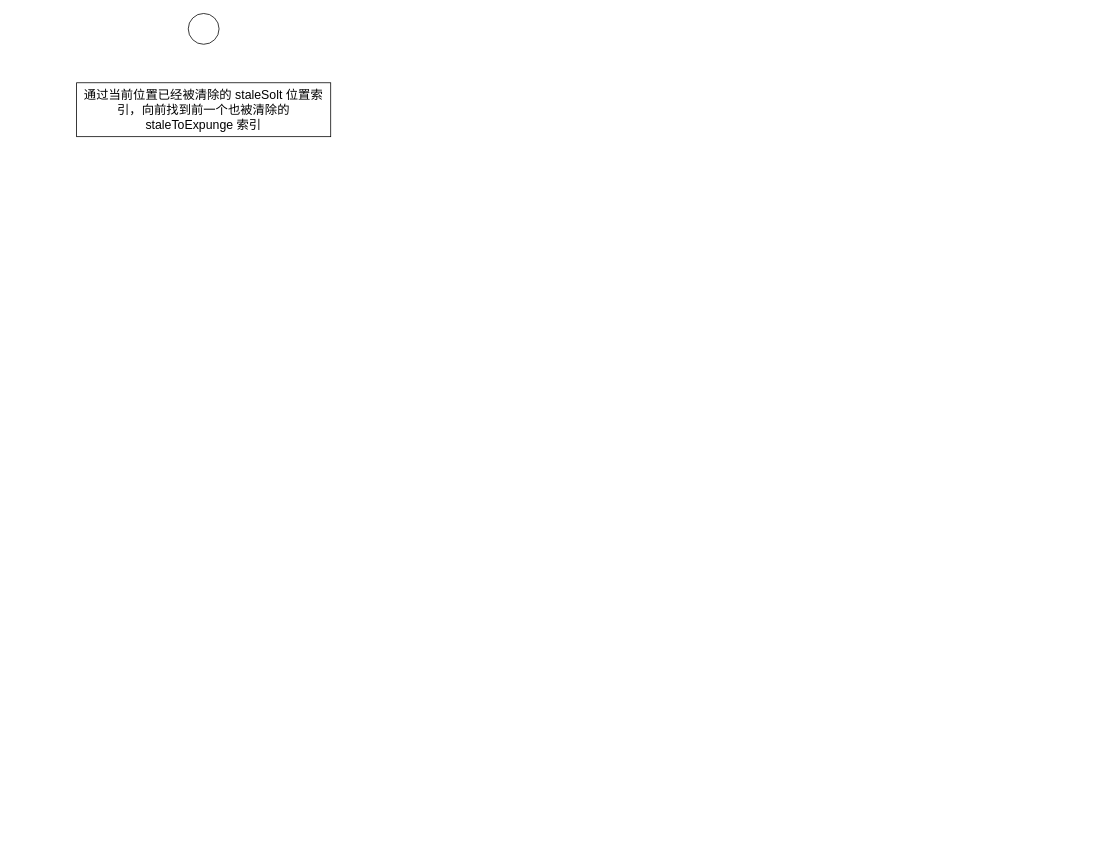
LiuXianghai-coder/Test-Repo keeps this draw.io diagram as drawio/ThreadLocal_replaceStaleEntry.drawio. Above is the earlier version. Source tidied: cells renumbered, new cells numbered last; positions are measured from the earlier drawing's top-left corner, leaving out a move shared by most shapes. Both pictures are drawn from the tidied source at 77%, with x=0, y=0 at pixel (76, 13).
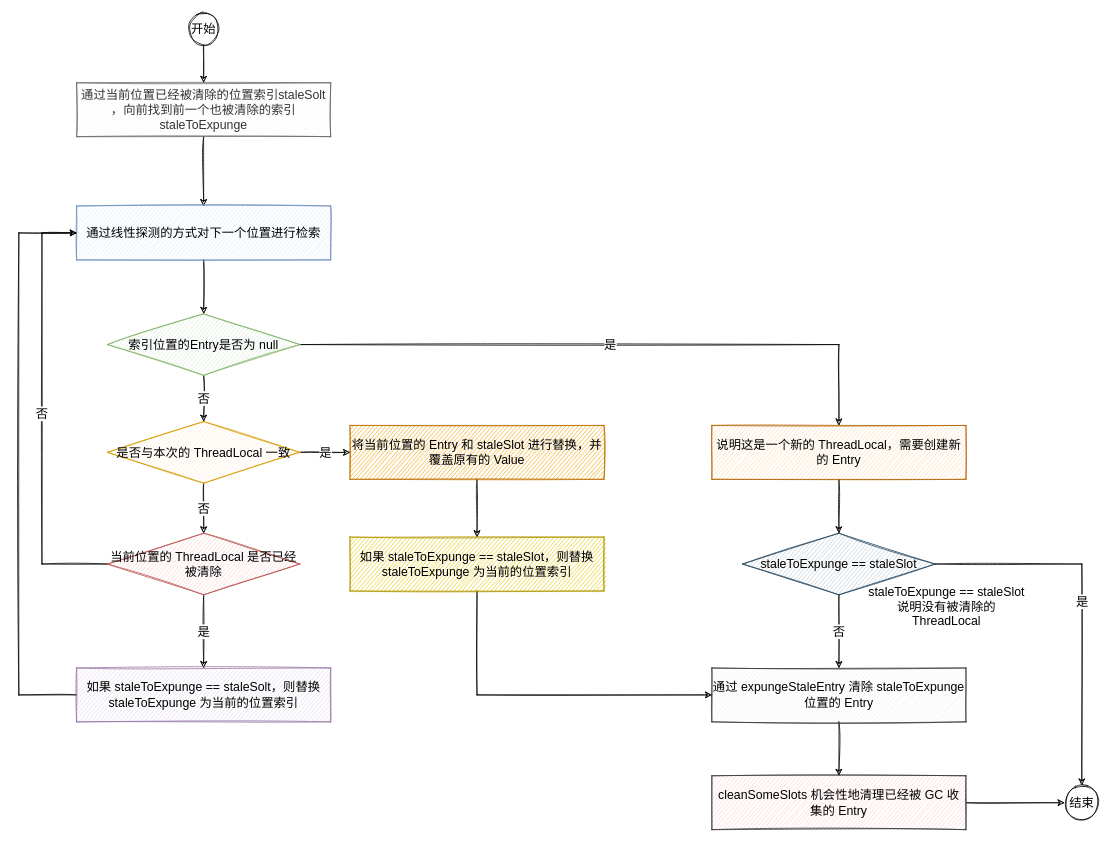
The same diagram, later.

Commit message (it also covers changes not shown here):
Finish ThreadLocal MarkDown

The edit, as a diff of the source:
```diff
@@
+    <mxCell id="4" style="edgeStyle=orthogonalEdgeStyle;rounded=0;jettySize=auto;html=1;exitX=0.5;exitY=1;exitDx=0;exitDy=0;entryX=0.5;entryY=0;entryDx=0;entryDy=0;fontSize=16;sketch=1;" parent="1" edge="1" source="2" target="3">
+      <mxGeometry relative="1" as="geometry" />
+    </mxCell>
-    <mxCell id="2" style="ellipse;whiteSpace=wrap;html=1;fontSize=16;" parent="1" vertex="1">
+    <mxCell id="2" value="开始" style="ellipse;whiteSpace=wrap;html=1;fontSize=16;sketch=1;" parent="1" vertex="1">
       <mxGeometry x="145" width="40" height="40" as="geometry" />
     </mxCell>
+    <mxCell id="5" style="edgeStyle=orthogonalEdgeStyle;rounded=0;jettySize=auto;html=1;exitX=0.5;exitY=1;exitDx=0;exitDy=0;entryX=0.5;entryY=0;entryDx=0;entryDy=0;fontSize=16;sketch=1;" parent="1" edge="1" source="3" target="7">
+      <mxGeometry relative="1" as="geometry" />
+    </mxCell>
-    <mxCell id="3" value="通过当前位置已经被清除的 staleSolt 位置索引，向前找到前一个也被清除的 staleToExpunge 索引" style="rounded=0;whiteSpace=wrap;html=1;fontSize=16;" parent="1" vertex="1">
+    <mxCell id="3" value="通过当前位置已经被清除的位置索引staleSolt&lt;br&gt;，向前找到前一个也被清除的索引&lt;br&gt;&amp;nbsp;staleToExpunge&amp;nbsp;" style="rounded=0;whiteSpace=wrap;html=1;fontSize=16;sketch=1;fillColor=#f5f5f5;fontColor=#333333;strokeColor=#666666;" parent="1" vertex="1">
       <mxGeometry y="90" width="330" height="70" as="geometry" />
     </mxCell>
+    <mxCell id="6" style="edgeStyle=orthogonalEdgeStyle;rounded=0;jettySize=auto;html=1;exitX=0.5;exitY=1;exitDx=0;exitDy=0;fontSize=16;sketch=1;" parent="1" edge="1" source="7" target="26">
+      <mxGeometry relative="1" as="geometry" />
+    </mxCell>
+    <mxCell id="7" value="通过线性探测的方式对下一个位置进行检索" style="rounded=0;whiteSpace=wrap;html=1;fontSize=16;sketch=1;fillColor=#dae8fc;strokeColor=#6c8ebf;" parent="1" vertex="1">
+      <mxGeometry y="250" width="330" height="70" as="geometry" />
+    </mxCell>
+    <mxCell id="8" value="否" style="edgeStyle=orthogonalEdgeStyle;rounded=0;jettySize=auto;html=1;exitX=0.5;exitY=1;exitDx=0;exitDy=0;entryX=0.5;entryY=0;entryDx=0;entryDy=0;fontSize=16;sketch=1;" parent="1" edge="1" source="10" target="13">
+      <mxGeometry relative="1" as="geometry" />
+    </mxCell>
+    <mxCell id="9" value="是" style="edgeStyle=orthogonalEdgeStyle;rounded=0;jettySize=auto;html=1;exitX=1;exitY=0.5;exitDx=0;exitDy=0;entryX=0;entryY=0.5;entryDx=0;entryDy=0;fontSize=16;sketch=1;" parent="1" edge="1" source="10" target="17">
+      <mxGeometry relative="1" as="geometry" />
+    </mxCell>
+    <mxCell id="10" value="是否与本次的 ThreadLocal 一致" style="rhombus;whiteSpace=wrap;html=1;fontSize=16;sketch=1;fillColor=#ffe6cc;strokeColor=#d79b00;" parent="1" vertex="1">
+      <mxGeometry x="40" y="530" width="250" height="80" as="geometry" />
+    </mxCell>
+    <mxCell id="11" value="是" style="edgeStyle=orthogonalEdgeStyle;rounded=0;jettySize=auto;html=1;exitX=0.5;exitY=1;exitDx=0;exitDy=0;entryX=0.5;entryY=0;entryDx=0;entryDy=0;fontSize=16;sketch=1;" parent="1" edge="1" source="13" target="15">
+      <mxGeometry relative="1" as="geometry" />
+    </mxCell>
+    <mxCell id="12" value="否" style="edgeStyle=orthogonalEdgeStyle;rounded=0;jettySize=auto;html=1;exitX=0;exitY=0.5;exitDx=0;exitDy=0;entryX=0;entryY=0.5;entryDx=0;entryDy=0;fontSize=16;sketch=1;" parent="1" edge="1" source="13" target="7">
+      <mxGeometry relative="1" as="geometry">
+        <Array as="points">
+          <mxPoint x="-45" y="715" />
+          <mxPoint x="-45" y="285" />
+        </Array>
+      </mxGeometry>
+    </mxCell>
+    <mxCell id="13" value="当前位置的 ThreadLocal 是否已经被清除" style="rhombus;whiteSpace=wrap;html=1;fontSize=16;sketch=1;fillColor=#f8cecc;strokeColor=#b85450;" parent="1" vertex="1">
+      <mxGeometry x="40" y="675" width="250" height="80" as="geometry" />
+    </mxCell>
+    <mxCell id="14" style="edgeStyle=orthogonalEdgeStyle;rounded=0;jettySize=auto;html=1;exitX=0;exitY=0.5;exitDx=0;exitDy=0;entryX=0;entryY=0.5;entryDx=0;entryDy=0;fontSize=16;sketch=1;" parent="1" edge="1" source="15" target="7">
+      <mxGeometry relative="1" as="geometry">
+        <Array as="points">
+          <mxPoint x="-75" y="885" />
+          <mxPoint x="-75" y="285" />
+        </Array>
+      </mxGeometry>
+    </mxCell>
+    <mxCell id="15" value="如果 staleToExpunge == staleSolt，则替换 staleToExpunge 为当前的位置索引" style="rounded=0;whiteSpace=wrap;html=1;fontSize=16;sketch=1;fillColor=#e1d5e7;strokeColor=#9673a6;" parent="1" vertex="1">
+      <mxGeometry y="850" width="330" height="70" as="geometry" />
+    </mxCell>
+    <mxCell id="16" style="edgeStyle=orthogonalEdgeStyle;rounded=0;jettySize=auto;html=1;exitX=0.5;exitY=1;exitDx=0;exitDy=0;fontSize=16;sketch=1;" parent="1" edge="1" source="17" target="19">
+      <mxGeometry relative="1" as="geometry" />
+    </mxCell>
+    <mxCell id="17" value="将当前位置的 Entry 和 staleSlot 进行替换，并覆盖原有的 Value" style="rounded=0;whiteSpace=wrap;html=1;fontSize=16;sketch=1;fillColor=#f0a30a;fontColor=#000000;strokeColor=#BD7000;" parent="1" vertex="1">
+      <mxGeometry x="355" y="535" width="330" height="70" as="geometry" />
+    </mxCell>
+    <mxCell id="18" style="edgeStyle=orthogonalEdgeStyle;rounded=0;jettySize=auto;html=1;exitX=0.5;exitY=1;exitDx=0;exitDy=0;entryX=0;entryY=0.5;entryDx=0;entryDy=0;fontSize=16;sketch=1;" parent="1" edge="1" source="19" target="21">
+      <mxGeometry relative="1" as="geometry" />
+    </mxCell>
+    <mxCell id="19" value="如果 staleToExpunge == staleSlot，则替换 staleToExpunge 为当前的位置索引" style="rounded=0;whiteSpace=wrap;html=1;fontSize=16;sketch=1;fillColor=#e3c800;fontColor=#000000;strokeColor=#B09500;" parent="1" vertex="1">
+      <mxGeometry x="355" y="680" width="330" height="70" as="geometry" />
+    </mxCell>
+    <mxCell id="20" style="edgeStyle=orthogonalEdgeStyle;rounded=0;jettySize=auto;html=1;exitX=0.5;exitY=1;exitDx=0;exitDy=0;entryX=0.5;entryY=0;entryDx=0;entryDy=0;fontSize=16;sketch=1;" parent="1" edge="1" source="21" target="23">
+      <mxGeometry relative="1" as="geometry" />
+    </mxCell>
+    <mxCell id="21" value="通过&amp;nbsp;expungeStaleEntry 清除 staleToExpunge 位置的 Entry" style="rounded=0;whiteSpace=wrap;html=1;fontSize=16;sketch=1;fillColor=#eeeeee;strokeColor=#36393d;" parent="1" vertex="1">
+      <mxGeometry x="825" y="850" width="330" height="70" as="geometry" />
+    </mxCell>
+    <mxCell id="22" style="edgeStyle=orthogonalEdgeStyle;rounded=0;jettySize=auto;html=1;exitX=1;exitY=0.5;exitDx=0;exitDy=0;fontSize=16;sketch=1;" parent="1" edge="1" source="23" target="32">
+      <mxGeometry relative="1" as="geometry" />
+    </mxCell>
+    <mxCell id="23" value="cleanSomeSlots 机会性地清理已经被 GC 收集的 Entry" style="rounded=0;whiteSpace=wrap;html=1;fontSize=16;sketch=1;fillColor=#ffcccc;strokeColor=#36393d;" parent="1" vertex="1">
+      <mxGeometry x="825" y="990" width="330" height="70" as="geometry" />
+    </mxCell>
+    <mxCell id="24" value="否" style="edgeStyle=orthogonalEdgeStyle;rounded=0;jettySize=auto;html=1;exitX=0.5;exitY=1;exitDx=0;exitDy=0;entryX=0.5;entryY=0;entryDx=0;entryDy=0;fontSize=16;sketch=1;" parent="1" edge="1" source="26" target="10">
+      <mxGeometry relative="1" as="geometry" />
+    </mxCell>
+    <mxCell id="25" value="是" style="edgeStyle=orthogonalEdgeStyle;rounded=0;jettySize=auto;html=1;exitX=1;exitY=0.5;exitDx=0;exitDy=0;fontSize=16;sketch=1;" parent="1" edge="1" source="26" target="28">
+      <mxGeometry relative="1" as="geometry" />
+    </mxCell>
+    <mxCell id="26" value="索引位置的Entry是否为 null" style="rhombus;whiteSpace=wrap;html=1;fontSize=16;sketch=1;fillColor=#d5e8d4;strokeColor=#82b366;" parent="1" vertex="1">
+      <mxGeometry x="40" y="390" width="250" height="80" as="geometry" />
+    </mxCell>
+    <mxCell id="27" style="edgeStyle=orthogonalEdgeStyle;rounded=0;jettySize=auto;html=1;exitX=0.5;exitY=1;exitDx=0;exitDy=0;entryX=0.5;entryY=0;entryDx=0;entryDy=0;fontSize=16;sketch=1;" parent="1" edge="1" source="28" target="31">
+      <mxGeometry relative="1" as="geometry" />
+    </mxCell>
+    <mxCell id="28" value="说明这是一个新的 ThreadLocal，需要创建新的 Entry" style="rounded=0;whiteSpace=wrap;html=1;fontSize=16;sketch=1;fillColor=#fad7ac;strokeColor=#b46504;" parent="1" vertex="1">
+      <mxGeometry x="825" y="535" width="330" height="70" as="geometry" />
+    </mxCell>
+    <mxCell id="29" value="否" style="edgeStyle=orthogonalEdgeStyle;rounded=0;jettySize=auto;html=1;exitX=0.5;exitY=1;exitDx=0;exitDy=0;entryX=0.5;entryY=0;entryDx=0;entryDy=0;fontSize=16;sketch=1;" parent="1" edge="1" source="31" target="21">
+      <mxGeometry relative="1" as="geometry" />
+    </mxCell>
+    <mxCell id="30" value="是" style="edgeStyle=orthogonalEdgeStyle;rounded=0;jettySize=auto;html=1;exitX=1;exitY=0.5;exitDx=0;exitDy=0;fontSize=16;sketch=1;" parent="1" edge="1" source="31" target="32">
+      <mxGeometry relative="1" as="geometry" />
+    </mxCell>
+    <mxCell id="31" value="staleToExpunge == staleSlot" style="rhombus;whiteSpace=wrap;html=1;fontSize=16;sketch=1;fillColor=#bac8d3;strokeColor=#23445d;" parent="1" vertex="1">
+      <mxGeometry x="865" y="675" width="250" height="80" as="geometry" />
+    </mxCell>
+    <mxCell id="32" value="结束" style="ellipse;whiteSpace=wrap;html=1;fontSize=16;sketch=1;" parent="1" vertex="1">
+      <mxGeometry x="1283" y="1002.5" width="45" height="45" as="geometry" />
+    </mxCell>
+    <mxCell id="33" value="staleToExpunge == staleSlot 说明没有被清除的 ThreadLocal" style="text;html=1;strokeColor=none;fillColor=none;align=center;verticalAlign=middle;whiteSpace=wrap;rounded=0;fontSize=16;sketch=1;" parent="1" vertex="1">
+      <mxGeometry x="1025" y="730" width="210" height="80" as="geometry" />
+    </mxCell>
```
